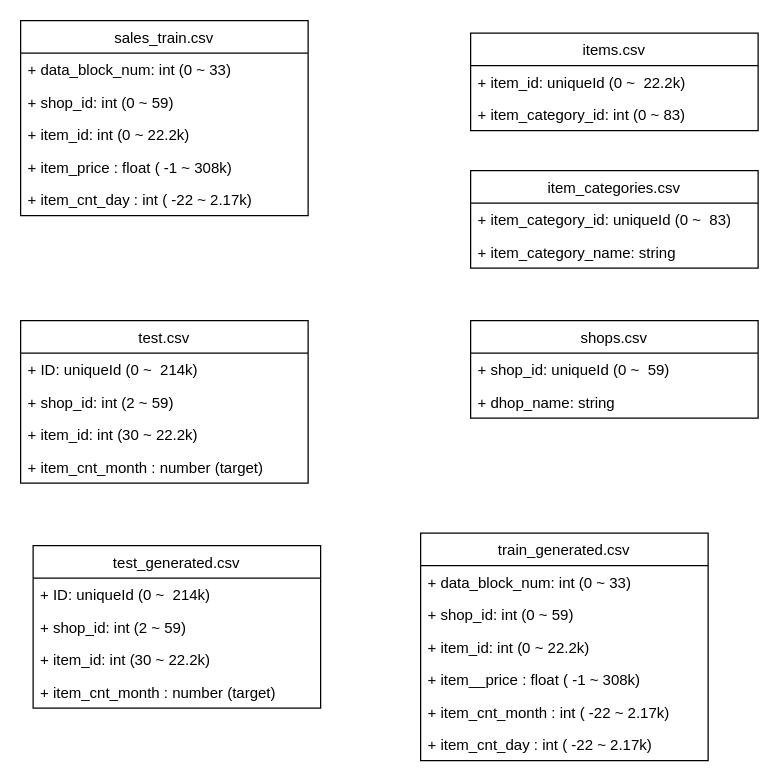
ShinsakuOkazaki/pred-future-sales keeps this draw.io diagram as docs/relation.dio. Above is the earlier version. Source tidied: cells renumbered, new cells numbered last; positions are measured from the earlier drawing's top-left corner, leaving out a move shared by most shapes. Both pictures are drawn from the tidied source at 125%, with x=0, y=0 at pixel (20, 20).
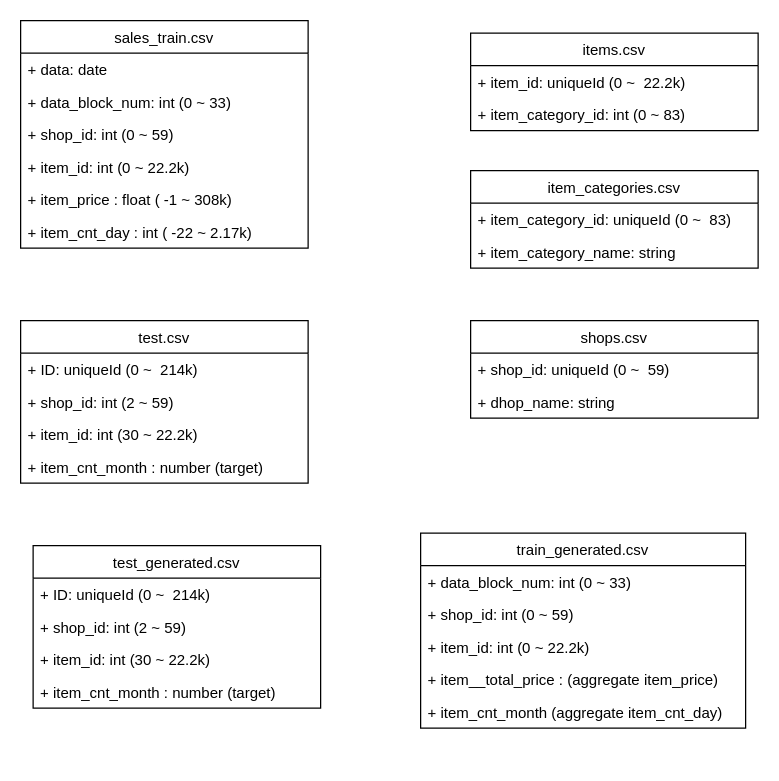
After the change.

The edit, as a diff of the source:
```diff
@@
     <mxCell id="2" value="sales_train.csv" style="swimlane;fontStyle=0;horizontal=1;startSize=26;fillColor=none;" parent="1" vertex="1">
-      <mxGeometry width="230" height="156" as="geometry" />
+      <mxGeometry width="230" height="182" as="geometry" />
     </mxCell>
-    <mxCell id="3" value="+ data_block_num: int (0 ~ 33)" style="text;strokeColor=none;fillColor=none;align=left;verticalAlign=top;spacingLeft=4;spacingRight=4;overflow=hidden;" parent="2" vertex="1">
+    <mxCell id="3" value="+ data: date" style="text;strokeColor=none;fillColor=none;align=left;verticalAlign=top;spacingLeft=4;spacingRight=4;overflow=hidden;" parent="2" vertex="1">
       <mxGeometry y="26" width="230" height="26" as="geometry" />
     </mxCell>
+    <mxCell id="34" value="+ data_block_num: int (0 ~ 33)" style="text;strokeColor=none;fillColor=none;align=left;verticalAlign=top;spacingLeft=4;spacingRight=4;overflow=hidden;" parent="2" vertex="1">
+      <mxGeometry y="52" width="230" height="26" as="geometry" />
+    </mxCell>
     <mxCell id="4" value="+ shop_id: int (0 ~ 59)" style="text;strokeColor=none;fillColor=none;align=left;verticalAlign=top;spacingLeft=4;spacingRight=4;overflow=hidden;" parent="2" vertex="1">
-      <mxGeometry y="52" width="230" height="26" as="geometry" />
+      <mxGeometry y="78" width="230" height="26" as="geometry" />
     </mxCell>
     <mxCell id="5" value="+ item_id: int (0 ~ 22.2k)" style="text;strokeColor=none;fillColor=none;align=left;verticalAlign=top;spacingLeft=4;spacingRight=4;overflow=hidden;" parent="2" vertex="1">
-      <mxGeometry y="78" width="230" height="26" as="geometry" />
+      <mxGeometry y="104" width="230" height="26" as="geometry" />
     </mxCell>
     <mxCell id="6" value="+ item_price : float ( -1 ~ 308k)" style="text;strokeColor=none;fillColor=none;align=left;verticalAlign=top;spacingLeft=4;spacingRight=4;overflow=hidden;" parent="2" vertex="1">
-      <mxGeometry y="104" width="230" height="26" as="geometry" />
+      <mxGeometry y="130" width="230" height="26" as="geometry" />
     </mxCell>
     <mxCell id="7" value="+ item_cnt_day : int ( -22 ~ 2.17k)" style="text;strokeColor=none;fillColor=none;align=left;verticalAlign=top;spacingLeft=4;spacingRight=4;overflow=hidden;" parent="2" vertex="1">
-      <mxGeometry y="130" width="230" height="26" as="geometry" />
+      <mxGeometry y="156" width="230" height="26" as="geometry" />
     </mxCell>
@@
     <mxCell id="27" value="train_generated.csv" style="swimlane;fontStyle=0;horizontal=1;startSize=26;fillColor=none;" parent="1" vertex="1">
-      <mxGeometry x="320" y="410" width="230" height="182" as="geometry" />
+      <mxGeometry x="320" y="410" width="260" height="156" as="geometry" />
     </mxCell>
     <mxCell id="28" value="+ data_block_num: int (0 ~ 33)" style="text;strokeColor=none;fillColor=none;align=left;verticalAlign=top;spacingLeft=4;spacingRight=4;overflow=hidden;" parent="27" vertex="1">
-      <mxGeometry y="26" width="230" height="26" as="geometry" />
+      <mxGeometry y="26" width="260" height="26" as="geometry" />
     </mxCell>
     <mxCell id="29" value="+ shop_id: int (0 ~ 59)" style="text;strokeColor=none;fillColor=none;align=left;verticalAlign=top;spacingLeft=4;spacingRight=4;overflow=hidden;" parent="27" vertex="1">
-      <mxGeometry y="52" width="230" height="26" as="geometry" />
+      <mxGeometry y="52" width="260" height="26" as="geometry" />
     </mxCell>
     <mxCell id="30" value="+ item_id: int (0 ~ 22.2k)" style="text;strokeColor=none;fillColor=none;align=left;verticalAlign=top;spacingLeft=4;spacingRight=4;overflow=hidden;" parent="27" vertex="1">
-      <mxGeometry y="78" width="230" height="26" as="geometry" />
+      <mxGeometry y="78" width="260" height="26" as="geometry" />
     </mxCell>
-    <mxCell id="31" value="+ item__price : float ( -1 ~ 308k)" style="text;strokeColor=none;fillColor=none;align=left;verticalAlign=top;spacingLeft=4;spacingRight=4;overflow=hidden;" parent="27" vertex="1">
-      <mxGeometry y="104" width="230" height="26" as="geometry" />
+    <mxCell id="31" value="+ item__total_price : (aggregate item_price)" style="text;strokeColor=none;fillColor=none;align=left;verticalAlign=top;spacingLeft=4;spacingRight=4;overflow=hidden;" parent="27" vertex="1">
+      <mxGeometry y="104" width="260" height="26" as="geometry" />
     </mxCell>
-    <mxCell id="32" value="+ item_cnt_month : int ( -22 ~ 2.17k)" style="text;strokeColor=none;fillColor=none;align=left;verticalAlign=top;spacingLeft=4;spacingRight=4;overflow=hidden;" parent="27" vertex="1">
-      <mxGeometry y="130" width="230" height="26" as="geometry" />
+    <mxCell id="32" value="+ item_cnt_month (aggregate item_cnt_day)" style="text;strokeColor=none;fillColor=none;align=left;verticalAlign=top;spacingLeft=4;spacingRight=4;overflow=hidden;" parent="27" vertex="1">
+      <mxGeometry y="130" width="260" height="26" as="geometry" />
     </mxCell>
-    <mxCell id="33" value="+ item_cnt_day : int ( -22 ~ 2.17k)" style="text;strokeColor=none;fillColor=none;align=left;verticalAlign=top;spacingLeft=4;spacingRight=4;overflow=hidden;" parent="27" vertex="1">
-      <mxGeometry y="156" width="230" height="26" as="geometry" />
-    </mxCell>
```
